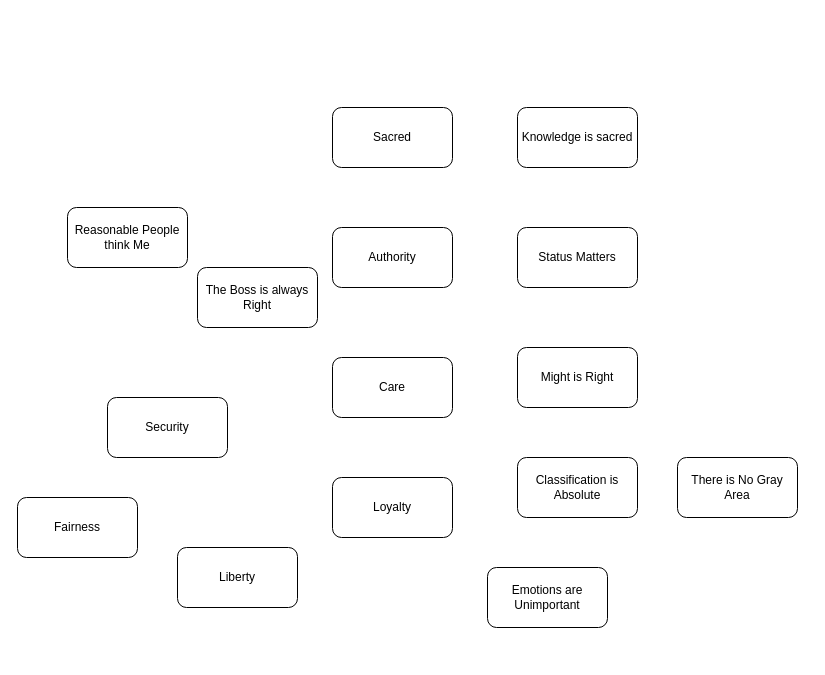
The draw.io diagram memespace_auth.drawio in codeaudit/1, before the edit. Source tidied: cells renumbered, new cells numbered last; positions are measured from the earlier drawing's top-left corner, leaving out a move shared by most shapes. Both pictures are drawn from the tidied source at 100%, with x=0, y=0 at pixel (17, 107).
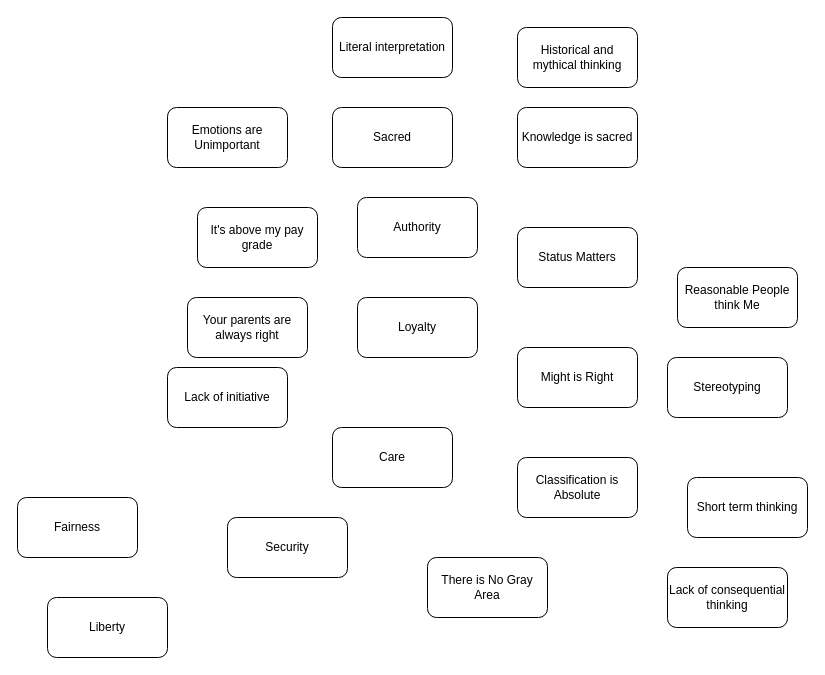
The same page after the edit.

Diff of the diagram source:
```diff
@@
     <mxCell id="5" value="Authority" style="rounded=1;whiteSpace=wrap;html=1;" parent="1" vertex="1">
-      <mxGeometry x="315" y="120" width="120" height="60" as="geometry" />
+      <mxGeometry x="340" y="90" width="120" height="60" as="geometry" />
     </mxCell>
     <mxCell id="6" value="Care" style="rounded=1;whiteSpace=wrap;html=1;" parent="1" vertex="1">
-      <mxGeometry x="315" y="250" width="120" height="60" as="geometry" />
+      <mxGeometry x="315" y="320" width="120" height="60" as="geometry" />
     </mxCell>
     <mxCell id="7" value="Security" style="rounded=1;whiteSpace=wrap;html=1;" parent="1" vertex="1">
-      <mxGeometry x="90" y="290" width="120" height="60" as="geometry" />
+      <mxGeometry x="210" y="410" width="120" height="60" as="geometry" />
     </mxCell>
     <mxCell id="8" value="Loyalty" style="rounded=1;whiteSpace=wrap;html=1;" parent="1" vertex="1">
-      <mxGeometry x="315" y="370" width="120" height="60" as="geometry" />
+      <mxGeometry x="340" y="190" width="120" height="60" as="geometry" />
     </mxCell>
@@
     <mxCell id="10" value="Liberty" style="rounded=1;whiteSpace=wrap;html=1;" parent="1" vertex="1">
-      <mxGeometry x="160" y="440" width="120" height="60" as="geometry" />
+      <mxGeometry x="30" y="490" width="120" height="60" as="geometry" />
     </mxCell>
@@
     <mxCell id="13" value="Emotions are Unimportant" style="rounded=1;whiteSpace=wrap;html=1;" parent="1" vertex="1">
-      <mxGeometry x="470" y="460" width="120" height="60" as="geometry" />
+      <mxGeometry x="150" width="120" height="60" as="geometry" />
     </mxCell>
     <mxCell id="14" value="There is No Gray Area" style="rounded=1;whiteSpace=wrap;html=1;" parent="1" vertex="1">
-      <mxGeometry x="660" y="350" width="120" height="60" as="geometry" />
+      <mxGeometry x="410" y="450" width="120" height="60" as="geometry" />
     </mxCell>
     <mxCell id="15" value="Reasonable People think Me" style="rounded=1;whiteSpace=wrap;html=1;" parent="1" vertex="1">
-      <mxGeometry x="50" y="100" width="120" height="60" as="geometry" />
+      <mxGeometry x="660" y="160" width="120" height="60" as="geometry" />
     </mxCell>
-    <mxCell id="16" value="The Boss is always Right" style="rounded=1;whiteSpace=wrap;html=1;" parent="1" vertex="1">
-      <mxGeometry x="180" y="160" width="120" height="60" as="geometry" />
+    <mxCell id="16" value="It's above my pay grade" style="rounded=1;whiteSpace=wrap;html=1;" parent="1" vertex="1">
+      <mxGeometry x="180" y="100" width="120" height="60" as="geometry" />
     </mxCell>
+    <mxCell id="17" value="Lack of initiative" style="rounded=1;whiteSpace=wrap;html=1;" parent="1" vertex="1">
+      <mxGeometry x="150" y="260" width="120" height="60" as="geometry" />
+    </mxCell>
+    <mxCell id="18" value="Literal interpretation" style="rounded=1;whiteSpace=wrap;html=1;" parent="1" vertex="1">
+      <mxGeometry x="315" y="-90" width="120" height="60" as="geometry" />
+    </mxCell>
+    <mxCell id="19" value="Stereotyping" style="rounded=1;whiteSpace=wrap;html=1;" parent="1" vertex="1">
+      <mxGeometry x="650" y="250" width="120" height="60" as="geometry" />
+    </mxCell>
+    <mxCell id="20" value="Lack of consequential thinking" style="rounded=1;whiteSpace=wrap;html=1;" parent="1" vertex="1">
+      <mxGeometry x="650" y="460" width="120" height="60" as="geometry" />
+    </mxCell>
+    <mxCell id="21" value="Short term thinking" style="rounded=1;whiteSpace=wrap;html=1;" parent="1" vertex="1">
+      <mxGeometry x="670" y="370" width="120" height="60" as="geometry" />
+    </mxCell>
+    <mxCell id="22" value="Historical and mythical thinking" style="rounded=1;whiteSpace=wrap;html=1;" parent="1" vertex="1">
+      <mxGeometry x="500" y="-80" width="120" height="60" as="geometry" />
+    </mxCell>
+    <mxCell id="23" value="Your parents are always right" style="rounded=1;whiteSpace=wrap;html=1;" parent="1" vertex="1">
+      <mxGeometry x="170" y="190" width="120" height="60" as="geometry" />
+    </mxCell>
```
